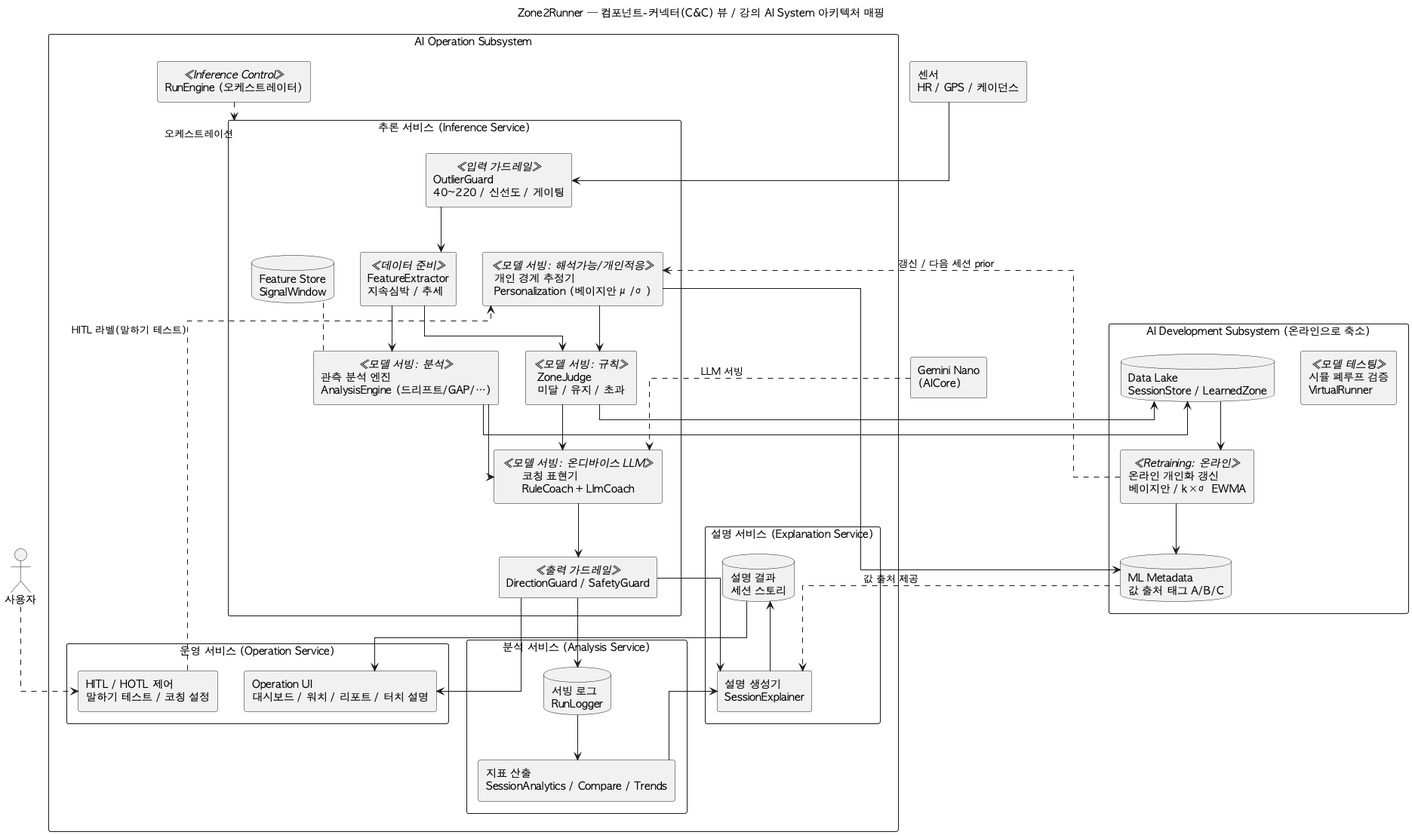
The PlantUML diagram arch/diagrams/02-component-cnc.png in tenyearslove/zone2runner, before a commit.
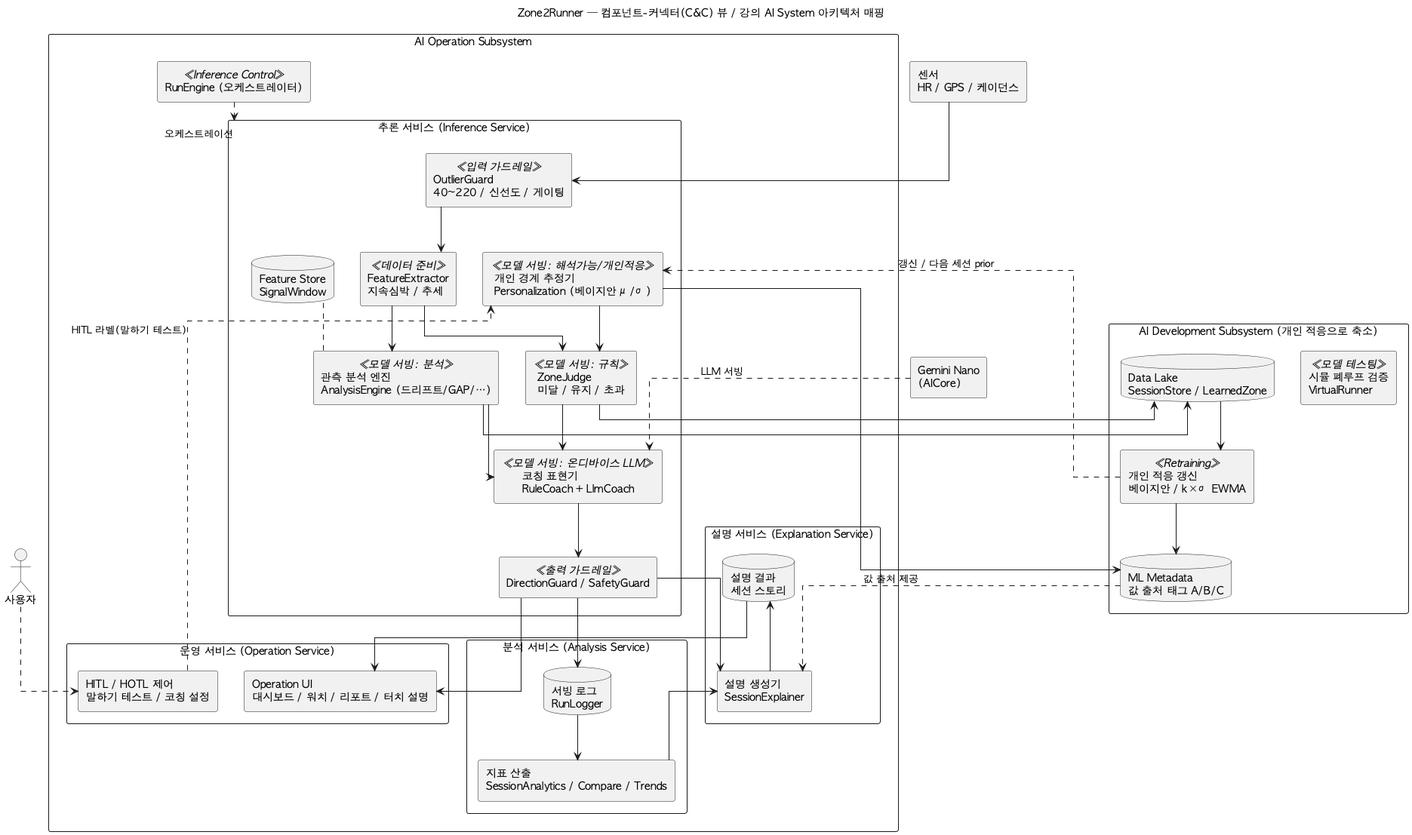
The same file after the commit.

Change to the diagram source:
```diff
@@ -41,8 +41,8 @@
   }
 }
 
-package "AI Development Subsystem (온라인으로 축소)" as DEV {
-  component "온라인 개인화 갱신\n베이지안 / k×σ EWMA" <<Retraining: 온라인>> as ADAPT
+package "AI Development Subsystem (개인 적응으로 축소)" as DEV {
+  component "개인 적응 갱신\n베이지안 / k×σ EWMA" <<Retraining>> as ADAPT
   database "Data Lake\nSessionStore / LearnedZone" as DLAKE
   database "ML Metadata\n값 출처 태그 A/B/C" as META
   component "시뮬 폐루프 검증\nVirtualRunner" <<모델 테스팅>> as SIM
```
